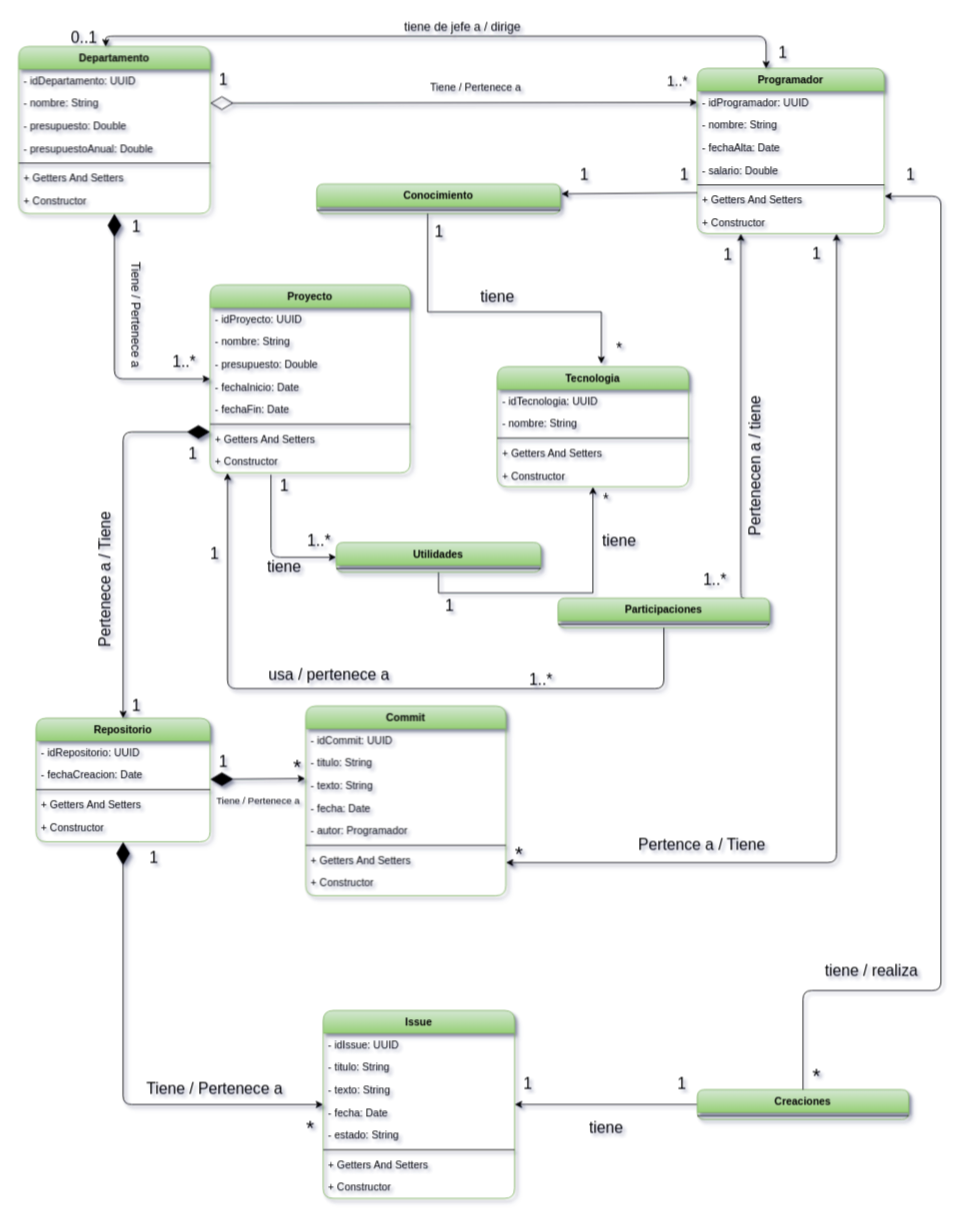
Before: diagram/DiagramaClases.drawio in DyLaNHurtado/AD-Practica03-AccessDataSL, a draw.io diagram. Source tidied: cells renumbered, new cells numbered last; positions are measured from the earlier drawing's top-left corner, leaving out a move shared by most shapes. Both pictures are drawn from the tidied source at 87%, with x=0, y=0 at pixel (18, 18).
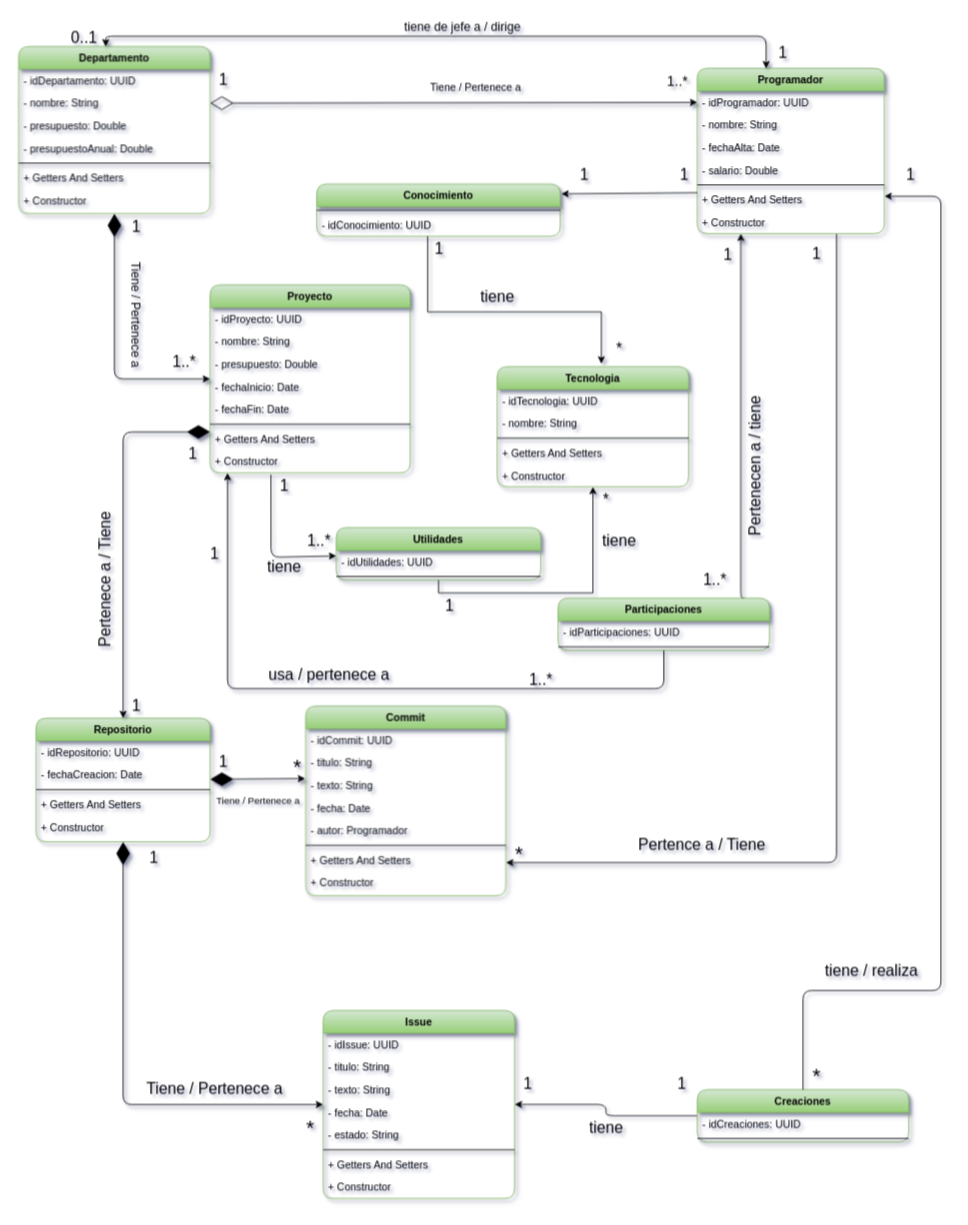
The same page after the edit.

The change refers to these unchanged cells:
```xml
<mxCell id="21" value="Programador" style="swimlane;fontStyle=1;align=center;verticalAlign=top;horizontal=1;startSize=26;fillColor=#d5e8d4;strokeColor=#82b366;gradientColor=#97d077;rounded=1;shadow=1;" parent="1" vertex="1">
  <mxGeometry x="780" y="57" width="215" height="190" as="geometry" />
</mxCell>
<mxCell id="35" value="Commit" style="swimlane;fontStyle=1;align=center;verticalAlign=top;horizontal=1;startSize=26;fillColor=#d5e8d4;strokeColor=#82b366;gradientColor=#97d077;rounded=1;shadow=1;" parent="1" vertex="1">
  <mxGeometry x="330" y="790" width="230" height="218" as="geometry" />
</mxCell>
```

The edit, as a diff of the source:
```diff
@@
-    <mxCell id="19" style="edgeStyle=orthogonalEdgeStyle;jettySize=auto;html=1;endArrow=classic;endFill=1;shadow=1;startArrow=classic;startFill=1;" parent="1" edge="1" source="21" target="35">
+    <mxCell id="19" style="edgeStyle=orthogonalEdgeStyle;jettySize=auto;html=1;endArrow=classic;endFill=1;shadow=1;startArrow=none;startFill=0;" parent="1" edge="1" source="21" target="35">
       <mxGeometry relative="1" as="geometry">
         <Array as="points">
           <mxPoint x="940" y="970" />
         </Array>
       </mxGeometry>
     </mxCell>
@@
     <mxCell id="68" value="Participaciones" style="swimlane;fontStyle=1;align=center;verticalAlign=top;horizontal=1;startSize=26;fillColor=#d5e8d4;strokeColor=#82b366;gradientColor=#97d077;rounded=1;shadow=1;" parent="1" vertex="1">
-      <mxGeometry x="620" y="666" width="243" height="34" as="geometry" />
+      <mxGeometry x="620" y="666" width="243" height="60" as="geometry" />
     </mxCell>
+    <mxCell id="124" value="- idParticipaciones: UUID" style="text;strokeColor=none;fillColor=none;align=left;verticalAlign=top;spacingLeft=4;spacingRight=4;overflow=hidden;rounded=1;shadow=1;" parent="68" vertex="1">
+      <mxGeometry y="26" width="243" height="26" as="geometry" />
+    </mxCell>
     <mxCell id="69" style="line;strokeWidth=1;fillColor=none;align=left;verticalAlign=middle;spacingTop=-1;spacingLeft=3;spacingRight=3;labelPosition=right;rounded=1;shadow=1;" parent="68" vertex="1">
-      <mxGeometry y="26" width="243" height="8" as="geometry" />
+      <mxGeometry y="52" width="243" height="8" as="geometry" />
     </mxCell>
@@
     <mxCell id="87" value="Conocimiento" style="swimlane;fontStyle=1;align=center;verticalAlign=top;horizontal=1;startSize=26;fillColor=#d5e8d4;strokeColor=#82b366;gradientColor=#97d077;rounded=1;shadow=1;" parent="1" vertex="1">
-      <mxGeometry x="342.5" y="190" width="280" height="34" as="geometry" />
+      <mxGeometry x="342.5" y="190" width="280" height="60" as="geometry" />
     </mxCell>
@@
+    <mxCell id="125" value="- idConocimiento: UUID" style="text;strokeColor=none;fillColor=none;align=left;verticalAlign=top;spacingLeft=4;spacingRight=4;overflow=hidden;rounded=1;shadow=1;" parent="87" vertex="1">
+      <mxGeometry y="34" width="280" height="26" as="geometry" />
+    </mxCell>
@@
     <mxCell id="92" value="Creaciones" style="swimlane;fontStyle=1;align=center;verticalAlign=top;horizontal=1;startSize=26;fillColor=#d5e8d4;strokeColor=#82b366;gradientColor=#97d077;rounded=1;shadow=1;" parent="1" vertex="1">
-      <mxGeometry x="780" y="1231" width="243" height="34" as="geometry" />
+      <mxGeometry x="780" y="1231" width="243" height="60" as="geometry" />
     </mxCell>
+    <mxCell id="126" value="- idCreaciones: UUID" style="text;strokeColor=none;fillColor=none;align=left;verticalAlign=top;spacingLeft=4;spacingRight=4;overflow=hidden;rounded=1;shadow=1;" parent="92" vertex="1">
+      <mxGeometry y="26" width="243" height="26" as="geometry" />
+    </mxCell>
     <mxCell id="93" style="line;strokeWidth=1;fillColor=none;align=left;verticalAlign=middle;spacingTop=-1;spacingLeft=3;spacingRight=3;labelPosition=right;rounded=1;shadow=1;" parent="92" vertex="1">
-      <mxGeometry y="26" width="243" height="8" as="geometry" />
+      <mxGeometry y="52" width="243" height="8" as="geometry" />
     </mxCell>
@@
     <mxCell id="101" value="Utilidades" style="swimlane;fontStyle=1;align=center;verticalAlign=top;horizontal=1;startSize=26;fillColor=#d5e8d4;strokeColor=#82b366;gradientColor=#97d077;rounded=1;shadow=1;" parent="1" vertex="1">
-      <mxGeometry x="365" y="602" width="235" height="34" as="geometry" />
+      <mxGeometry x="365" y="585" width="235" height="60" as="geometry" />
     </mxCell>
+    <mxCell id="127" value="- idUtilidades: UUID" style="text;strokeColor=none;fillColor=none;align=left;verticalAlign=top;spacingLeft=4;spacingRight=4;overflow=hidden;rounded=1;shadow=1;" parent="101" vertex="1">
+      <mxGeometry y="26" width="235" height="26" as="geometry" />
+    </mxCell>
     <mxCell id="102" style="line;strokeWidth=1;fillColor=none;align=left;verticalAlign=middle;spacingTop=-1;spacingLeft=3;spacingRight=3;labelPosition=right;rounded=1;shadow=1;" parent="101" vertex="1">
-      <mxGeometry y="26" width="235" height="8" as="geometry" />
+      <mxGeometry y="52" width="235" height="8" as="geometry" />
     </mxCell>
@@
     <mxCell id="116" value="1" style="text;html=1;align=center;verticalAlign=middle;strokeColor=none;fillColor=none;fontSize=18;" parent="1" vertex="1">
-      <mxGeometry x="467.5" y="230" width="30" height="30" as="geometry" />
+      <mxGeometry x="467.5" y="250" width="30" height="30" as="geometry" />
     </mxCell>
```
